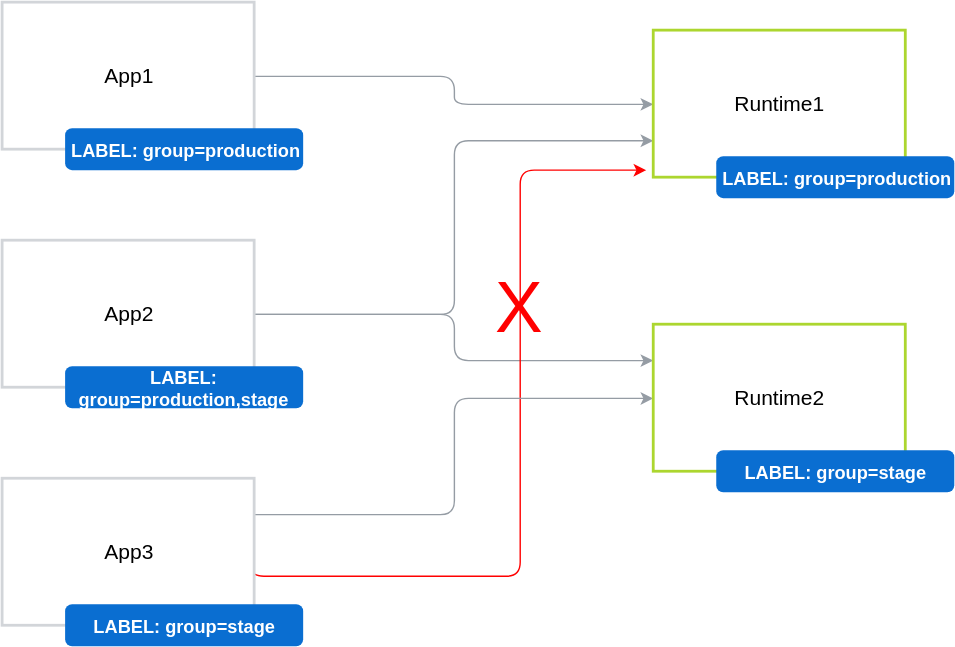
Before: docs/architecture/assets/grouping.svg, a diagram exported from draw.io (kyma-incubator/compass). Source tidied: cells renumbered, new cells last; positions are measured from the earlier drawing's top-left corner, leaving out a move shared by most shapes. The source it was exported from:
```xml
<mxGraphModel>
  <root>
    <mxCell id="0" />
    <mxCell id="1" parent="0" />
    <mxCell id="2" style="edgeStyle=orthogonalEdgeStyle;rounded=1;jettySize=auto;html=1;exitX=1;exitY=0.5;exitDx=0;exitDy=0;entryX=0;entryY=0.5;entryDx=0;entryDy=0;fontSize=51;fontColor=#FF0000;strokeColor=#959CA4;" parent="1" edge="1" source="3" target="13">
      <mxGeometry relative="1" as="geometry" />
    </mxCell>
    <mxCell id="3" value="&lt;font style=&quot;font-size: 15px&quot;&gt;App1&lt;/font&gt;" style="rounded=0;whiteSpace=wrap;html=1;strokeColor=#D2D5D9;strokeWidth=2;" parent="1" vertex="1">
      <mxGeometry width="180" height="105" as="geometry" />
    </mxCell>
    <mxCell id="4" value="LABEL: group=production" style="html=1;shadow=0;dashed=0;shape=mxgraph.bootstrap.rrect;align=center;rSize=5;strokeColor=none;fillColor=#0A6ED1;fontColor=#ffffff;fontStyle=1;whiteSpace=wrap;fontSize=13;" parent="1" vertex="1">
      <mxGeometry x="45" y="90" width="170" height="30" as="geometry" />
    </mxCell>
    <mxCell id="5" style="edgeStyle=orthogonalEdgeStyle;rounded=1;jettySize=auto;html=1;exitX=1;exitY=0.5;exitDx=0;exitDy=0;entryX=0;entryY=0.75;entryDx=0;entryDy=0;fontSize=51;fontColor=#FF0000;strokeColor=#959CA4;" parent="1" edge="1" source="7" target="13">
      <mxGeometry relative="1" as="geometry" />
    </mxCell>
    <mxCell id="6" style="edgeStyle=orthogonalEdgeStyle;rounded=1;jettySize=auto;html=1;exitX=1;exitY=0.5;exitDx=0;exitDy=0;entryX=0;entryY=0.25;entryDx=0;entryDy=0;strokeColor=#959CA4;fontSize=51;fontColor=#FF0000;" parent="1" edge="1" source="7" target="15">
      <mxGeometry relative="1" as="geometry" />
    </mxCell>
    <mxCell id="7" value="&lt;font style=&quot;font-size: 15px&quot;&gt;App2&lt;/font&gt;" style="rounded=0;whiteSpace=wrap;html=1;strokeColor=#D2D5D9;strokeWidth=2;" parent="1" vertex="1">
      <mxGeometry y="170" width="180" height="105" as="geometry" />
    </mxCell>
    <mxCell id="8" value="LABEL: group=production,stage" style="html=1;shadow=0;dashed=0;shape=mxgraph.bootstrap.rrect;align=center;rSize=5;strokeColor=none;fillColor=#0A6ED1;fontColor=#ffffff;fontStyle=1;whiteSpace=wrap;fontSize=13;" parent="1" vertex="1">
      <mxGeometry x="45" y="260" width="170" height="30" as="geometry" />
    </mxCell>
    <mxCell id="9" style="edgeStyle=orthogonalEdgeStyle;rounded=1;orthogonalLoop=1;jettySize=auto;html=1;exitX=1;exitY=0.5;exitDx=0;exitDy=0;fontSize=51;fontColor=#FF0000;strokeColor=#FF0000;" parent="1" edge="1">
      <mxGeometry relative="1" as="geometry">
        <mxPoint x="177" y="393" as="sourcePoint" />
        <mxPoint x="460" y="120" as="targetPoint" />
        <Array as="points">
          <mxPoint x="177" y="410" />
          <mxPoint x="370" y="410" />
          <mxPoint x="370" y="120" />
        </Array>
      </mxGeometry>
    </mxCell>
    <mxCell id="10" style="edgeStyle=orthogonalEdgeStyle;rounded=1;jettySize=auto;html=1;exitX=1;exitY=0.25;exitDx=0;exitDy=0;entryX=0;entryY=0.5;entryDx=0;entryDy=0;fontSize=51;fontColor=#FF0000;strokeColor=#959CA4;" parent="1" edge="1" source="11" target="15">
      <mxGeometry relative="1" as="geometry" />
    </mxCell>
    <mxCell id="11" value="&lt;font style=&quot;font-size: 15px&quot;&gt;App3&lt;/font&gt;" style="rounded=0;whiteSpace=wrap;html=1;strokeColor=#D2D5D9;strokeWidth=2;" parent="1" vertex="1">
      <mxGeometry y="340" width="180" height="105" as="geometry" />
    </mxCell>
    <mxCell id="12" value="LABEL: group=stage" style="html=1;shadow=0;dashed=0;shape=mxgraph.bootstrap.rrect;align=center;rSize=5;strokeColor=none;fillColor=#0A6ED1;fontColor=#ffffff;fontStyle=1;whiteSpace=wrap;fontSize=13;" parent="1" vertex="1">
      <mxGeometry x="45" y="430" width="170" height="30" as="geometry" />
    </mxCell>
    <mxCell id="13" value="&lt;font style=&quot;font-size: 15px&quot;&gt;Runtime1&lt;/font&gt;" style="rounded=0;whiteSpace=wrap;html=1;strokeColor=#ACD62F;strokeWidth=2;" parent="1" vertex="1">
      <mxGeometry x="465" y="20" width="180" height="105" as="geometry" />
    </mxCell>
    <mxCell id="14" value="LABEL: group=production" style="html=1;shadow=0;dashed=0;shape=mxgraph.bootstrap.rrect;align=center;rSize=5;strokeColor=none;fillColor=#0A6ED1;fontColor=#ffffff;fontStyle=1;whiteSpace=wrap;fontSize=13;" parent="1" vertex="1">
      <mxGeometry x="510" y="110" width="170" height="30" as="geometry" />
    </mxCell>
    <mxCell id="15" value="&lt;font style=&quot;font-size: 15px&quot;&gt;Runtime2&lt;/font&gt;" style="rounded=0;whiteSpace=wrap;html=1;strokeColor=#ACD62F;strokeWidth=2;" parent="1" vertex="1">
      <mxGeometry x="465" y="230" width="180" height="105" as="geometry" />
    </mxCell>
    <mxCell id="16" value="LABEL: group=stage" style="html=1;shadow=0;dashed=0;shape=mxgraph.bootstrap.rrect;align=center;rSize=5;strokeColor=none;fillColor=#0A6ED1;fontColor=#ffffff;fontStyle=1;whiteSpace=wrap;fontSize=13;" parent="1" vertex="1">
      <mxGeometry x="510" y="320" width="170" height="30" as="geometry" />
    </mxCell>
    <mxCell id="17" value="X" style="text;html=1;strokeColor=none;fillColor=none;align=center;verticalAlign=middle;whiteSpace=wrap;rounded=0;fontSize=51;fontColor=#FF0000;" parent="1" vertex="1">
      <mxGeometry x="349" y="207" width="40" height="20" as="geometry" />
    </mxCell>
  </root>
</mxGraphModel>
```
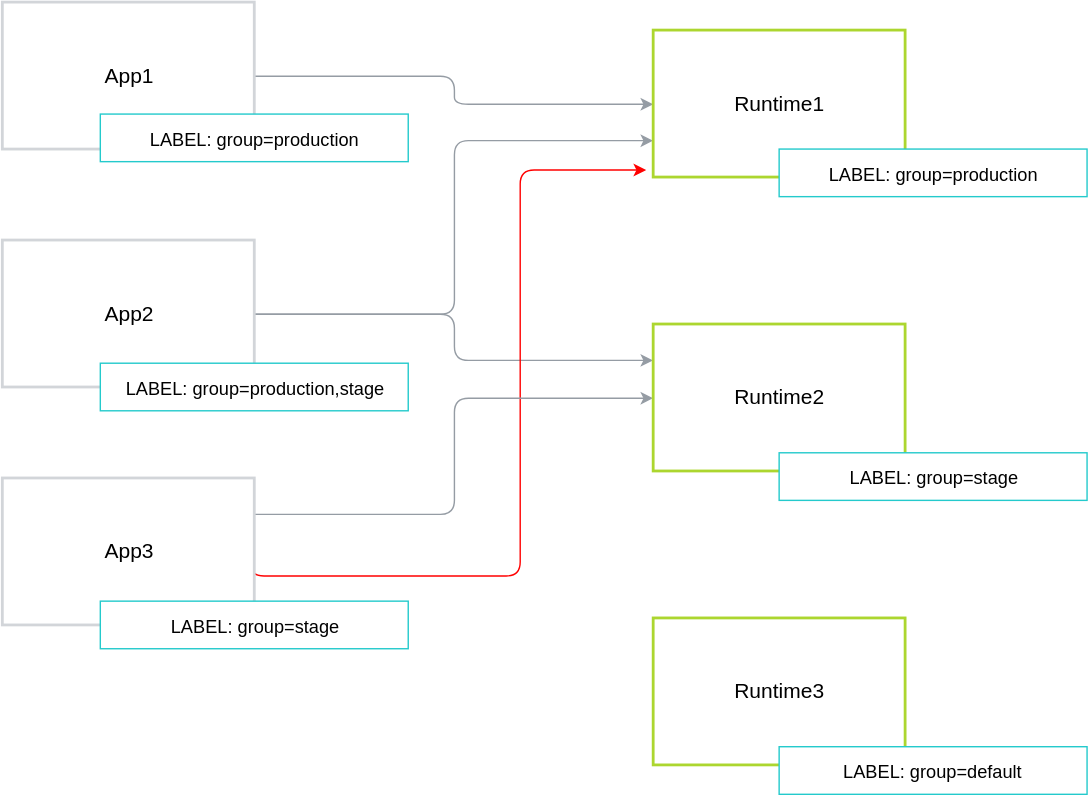
Later version of the same file.

The edit, as a diff of the source:
```diff
@@ -8,9 +8,6 @@
     <mxCell id="3" value="&lt;font style=&quot;font-size: 15px&quot;&gt;App1&lt;/font&gt;" style="rounded=0;whiteSpace=wrap;html=1;strokeColor=#D2D5D9;strokeWidth=2;" parent="1" vertex="1">
       <mxGeometry width="180" height="105" as="geometry" />
     </mxCell>
-    <mxCell id="4" value="LABEL: group=production" style="html=1;shadow=0;dashed=0;shape=mxgraph.bootstrap.rrect;align=center;rSize=5;strokeColor=none;fillColor=#0A6ED1;fontColor=#ffffff;fontStyle=1;whiteSpace=wrap;fontSize=13;" parent="1" vertex="1">
-      <mxGeometry x="45" y="90" width="170" height="30" as="geometry" />
-    </mxCell>
     <mxCell id="5" style="edgeStyle=orthogonalEdgeStyle;rounded=1;jettySize=auto;html=1;exitX=1;exitY=0.5;exitDx=0;exitDy=0;entryX=0;entryY=0.75;entryDx=0;entryDy=0;fontSize=51;fontColor=#FF0000;strokeColor=#959CA4;" parent="1" edge="1" source="7" target="13">
       <mxGeometry relative="1" as="geometry" />
     </mxCell>
@@ -20,9 +17,6 @@
     <mxCell id="7" value="&lt;font style=&quot;font-size: 15px&quot;&gt;App2&lt;/font&gt;" style="rounded=0;whiteSpace=wrap;html=1;strokeColor=#D2D5D9;strokeWidth=2;" parent="1" vertex="1">
       <mxGeometry y="170" width="180" height="105" as="geometry" />
     </mxCell>
-    <mxCell id="8" value="LABEL: group=production,stage" style="html=1;shadow=0;dashed=0;shape=mxgraph.bootstrap.rrect;align=center;rSize=5;strokeColor=none;fillColor=#0A6ED1;fontColor=#ffffff;fontStyle=1;whiteSpace=wrap;fontSize=13;" parent="1" vertex="1">
-      <mxGeometry x="45" y="260" width="170" height="30" as="geometry" />
-    </mxCell>
     <mxCell id="9" style="edgeStyle=orthogonalEdgeStyle;rounded=1;orthogonalLoop=1;jettySize=auto;html=1;exitX=1;exitY=0.5;exitDx=0;exitDy=0;fontSize=51;fontColor=#FF0000;strokeColor=#FF0000;" parent="1" edge="1">
       <mxGeometry relative="1" as="geometry">
         <mxPoint x="177" y="393" as="sourcePoint" />
@@ -40,23 +34,32 @@
     <mxCell id="11" value="&lt;font style=&quot;font-size: 15px&quot;&gt;App3&lt;/font&gt;" style="rounded=0;whiteSpace=wrap;html=1;strokeColor=#D2D5D9;strokeWidth=2;" parent="1" vertex="1">
       <mxGeometry y="340" width="180" height="105" as="geometry" />
     </mxCell>
-    <mxCell id="12" value="LABEL: group=stage" style="html=1;shadow=0;dashed=0;shape=mxgraph.bootstrap.rrect;align=center;rSize=5;strokeColor=none;fillColor=#0A6ED1;fontColor=#ffffff;fontStyle=1;whiteSpace=wrap;fontSize=13;" parent="1" vertex="1">
-      <mxGeometry x="45" y="430" width="170" height="30" as="geometry" />
-    </mxCell>
     <mxCell id="13" value="&lt;font style=&quot;font-size: 15px&quot;&gt;Runtime1&lt;/font&gt;" style="rounded=0;whiteSpace=wrap;html=1;strokeColor=#ACD62F;strokeWidth=2;" parent="1" vertex="1">
       <mxGeometry x="465" y="20" width="180" height="105" as="geometry" />
     </mxCell>
-    <mxCell id="14" value="LABEL: group=production" style="html=1;shadow=0;dashed=0;shape=mxgraph.bootstrap.rrect;align=center;rSize=5;strokeColor=none;fillColor=#0A6ED1;fontColor=#ffffff;fontStyle=1;whiteSpace=wrap;fontSize=13;" parent="1" vertex="1">
-      <mxGeometry x="510" y="110" width="170" height="30" as="geometry" />
-    </mxCell>
     <mxCell id="15" value="&lt;font style=&quot;font-size: 15px&quot;&gt;Runtime2&lt;/font&gt;" style="rounded=0;whiteSpace=wrap;html=1;strokeColor=#ACD62F;strokeWidth=2;" parent="1" vertex="1">
       <mxGeometry x="465" y="230" width="180" height="105" as="geometry" />
     </mxCell>
-    <mxCell id="16" value="LABEL: group=stage" style="html=1;shadow=0;dashed=0;shape=mxgraph.bootstrap.rrect;align=center;rSize=5;strokeColor=none;fillColor=#0A6ED1;fontColor=#ffffff;fontStyle=1;whiteSpace=wrap;fontSize=13;" parent="1" vertex="1">
-      <mxGeometry x="510" y="320" width="170" height="30" as="geometry" />
-    </mxCell>
-    <mxCell id="17" value="X" style="text;html=1;strokeColor=none;fillColor=none;align=center;verticalAlign=middle;whiteSpace=wrap;rounded=0;fontSize=51;fontColor=#FF0000;" parent="1" vertex="1">
-      <mxGeometry x="349" y="207" width="40" height="20" as="geometry" />
-    </mxCell>
+    <mxCell id="18" value="&lt;font style=&quot;font-size: 13px&quot;&gt;LABEL: group=production&lt;/font&gt;" style="rounded=0;whiteSpace=wrap;html=1;strokeColor=#24CACC;" parent="1" vertex="1">
+      <mxGeometry x="70" y="80" width="220" height="34" as="geometry" />
+    </mxCell>
+    <mxCell id="8" value="&lt;font style=&quot;font-size: 13px&quot;&gt;LABEL: group=production,stage&lt;/font&gt;" style="rounded=0;whiteSpace=wrap;html=1;strokeColor=#24CACC;spacingLeft=6;spacingRight=6;" parent="1" vertex="1">
+      <mxGeometry x="70" y="258" width="220" height="34" as="geometry" />
+    </mxCell>
+    <mxCell id="19" value="&lt;font style=&quot;font-size: 13px&quot;&gt;LABEL: group=stage&lt;/font&gt;" style="rounded=0;whiteSpace=wrap;html=1;strokeColor=#24CACC;" parent="1" vertex="1">
+      <mxGeometry x="70" y="428" width="220" height="34" as="geometry" />
+    </mxCell>
+    <mxCell id="20" value="&lt;font style=&quot;font-size: 13px&quot;&gt;LABEL: group=production&lt;/font&gt;" style="rounded=0;whiteSpace=wrap;html=1;strokeColor=#24CACC;" parent="1" vertex="1">
+      <mxGeometry x="555" y="105" width="220" height="34" as="geometry" />
+    </mxCell>
+    <mxCell id="21" value="&lt;font style=&quot;font-size: 13px&quot;&gt;LABEL: group=stage&lt;/font&gt;" style="rounded=0;whiteSpace=wrap;html=1;strokeColor=#24CACC;" parent="1" vertex="1">
+      <mxGeometry x="555" y="322" width="220" height="34" as="geometry" />
+    </mxCell>
+    <mxCell id="22" value="&lt;font style=&quot;font-size: 15px&quot;&gt;Runtime3&lt;/font&gt;" style="rounded=0;whiteSpace=wrap;html=1;strokeColor=#ACD62F;strokeWidth=2;" parent="1" vertex="1">
+      <mxGeometry x="465" y="440" width="180" height="105" as="geometry" />
+    </mxCell>
+    <mxCell id="23" value="&lt;font style=&quot;font-size: 13px&quot;&gt;LABEL: group=default&lt;/font&gt;" style="rounded=0;whiteSpace=wrap;html=1;strokeColor=#24CACC;" parent="1" vertex="1">
+      <mxGeometry x="555" y="532" width="220" height="34" as="geometry" />
+    </mxCell>
   </root>
 </mxGraphModel>
```
